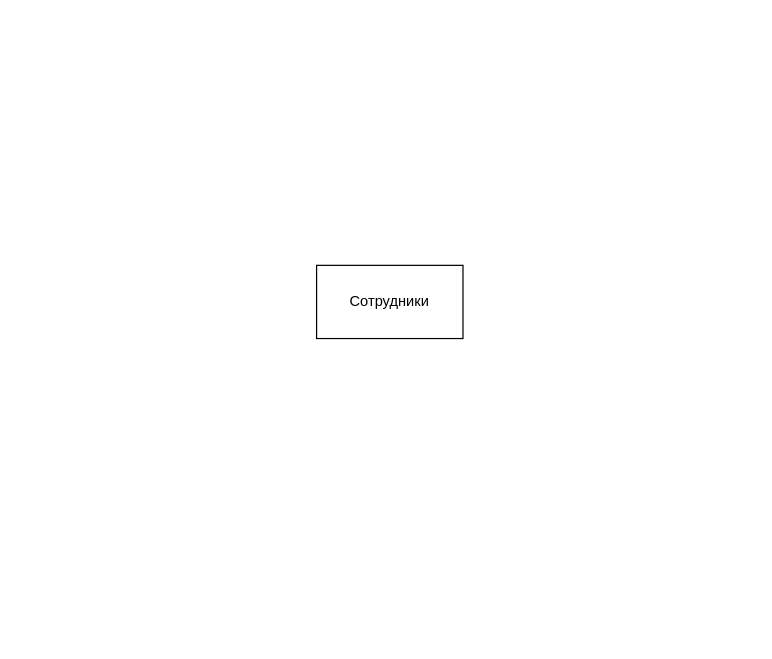
Before: LR1.drawio in di-not/Data-Bases-Laboratory-Works, a draw.io diagram. Source tidied: cells renumbered, new cells numbered last; positions are measured from the earlier drawing's top-left corner, leaving out a move shared by most shapes. Both pictures are drawn from the tidied source at 122%, with x=0, y=0 at pixel (316, 265).
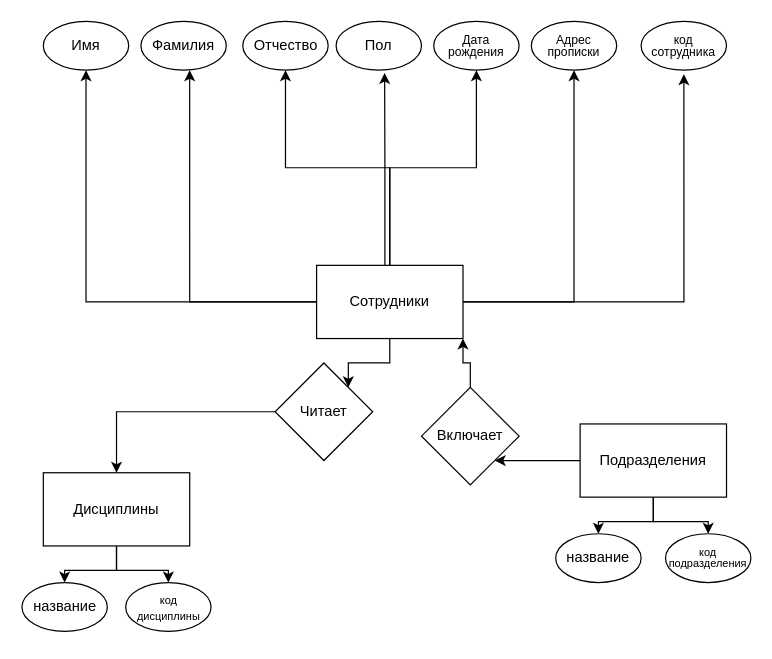
Above is the later version.

The change refers to these unchanged cells:
```xml
<mxCell id="2" value="Сотрудники" style="rounded=0;whiteSpace=wrap;html=1;" parent="1" vertex="1">
  <mxGeometry width="120" height="60" as="geometry" />
</mxCell>
```

Diff of the diagram source:
```diff
@@
+    <mxCell id="3" style="edgeStyle=orthogonalEdgeStyle;rounded=0;jettySize=auto;html=1;entryX=0.5;entryY=1;entryDx=0;entryDy=0;" parent="1" edge="1" source="2" target="8">
+      <mxGeometry relative="1" as="geometry" />
+    </mxCell>
+    <mxCell id="4" style="edgeStyle=orthogonalEdgeStyle;rounded=0;jettySize=auto;html=1;entryX=0.5;entryY=1;entryDx=0;entryDy=0;" parent="1" edge="1" source="2" target="10">
+      <mxGeometry relative="1" as="geometry" />
+    </mxCell>
+    <mxCell id="5" style="edgeStyle=orthogonalEdgeStyle;rounded=0;jettySize=auto;html=1;entryX=0.5;entryY=1;entryDx=0;entryDy=0;" parent="1" edge="1" source="2" target="12">
+      <mxGeometry relative="1" as="geometry" />
+    </mxCell>
+    <mxCell id="6" style="edgeStyle=orthogonalEdgeStyle;rounded=0;jettySize=auto;html=1;entryX=0.5;entryY=1;entryDx=0;entryDy=0;" parent="1" edge="1" source="2" target="13">
+      <mxGeometry relative="1" as="geometry" />
+    </mxCell>
+    <mxCell id="7" style="edgeStyle=orthogonalEdgeStyle;rounded=0;jettySize=auto;html=1;entryX=1;entryY=0;entryDx=0;entryDy=0;" parent="1" edge="1" source="2" target="26">
+      <mxGeometry relative="1" as="geometry" />
+    </mxCell>
@@
+    <mxCell id="8" value="Имя" style="ellipse;whiteSpace=wrap;html=1;" parent="1" vertex="1">
+      <mxGeometry x="-224" y="-200" width="70" height="40" as="geometry" />
+    </mxCell>
+    <mxCell id="9" value="Фамилия" style="ellipse;whiteSpace=wrap;html=1;" parent="1" vertex="1">
+      <mxGeometry x="-144" y="-200" width="70" height="40" as="geometry" />
+    </mxCell>
+    <mxCell id="10" value="Отчество" style="ellipse;whiteSpace=wrap;html=1;" parent="1" vertex="1">
+      <mxGeometry x="-60.5" y="-200" width="70" height="40" as="geometry" />
+    </mxCell>
+    <mxCell id="11" value="Пол" style="ellipse;whiteSpace=wrap;html=1;" parent="1" vertex="1">
+      <mxGeometry x="16" y="-200" width="70" height="40" as="geometry" />
+    </mxCell>
+    <mxCell id="12" value="&lt;p style=&quot;line-height: 100%; font-size: 10px;&quot;&gt;Дата рождения&lt;/p&gt;" style="ellipse;whiteSpace=wrap;html=1;fontSize=10;" parent="1" vertex="1">
+      <mxGeometry x="96" y="-200" width="70" height="40" as="geometry" />
+    </mxCell>
+    <mxCell id="13" value="&lt;p style=&quot;line-height: 100%; font-size: 10px;&quot;&gt;Адрес прописки&lt;/p&gt;" style="ellipse;whiteSpace=wrap;html=1;fontSize=10;" parent="1" vertex="1">
+      <mxGeometry x="176" y="-200" width="70" height="40" as="geometry" />
+    </mxCell>
+    <mxCell id="14" style="edgeStyle=orthogonalEdgeStyle;rounded=0;jettySize=auto;html=1;entryX=0.5;entryY=0;entryDx=0;entryDy=0;" parent="1" edge="1" source="17" target="18">
+      <mxGeometry relative="1" as="geometry" />
+    </mxCell>
+    <mxCell id="15" style="edgeStyle=orthogonalEdgeStyle;rounded=0;jettySize=auto;html=1;entryX=1;entryY=1;entryDx=0;entryDy=0;" parent="1" edge="1" source="17" target="28">
+      <mxGeometry relative="1" as="geometry" />
+    </mxCell>
+    <mxCell id="16" style="edgeStyle=orthogonalEdgeStyle;rounded=0;jettySize=auto;html=1;entryX=0.5;entryY=0;entryDx=0;entryDy=0;" parent="1" edge="1" source="17" target="30">
+      <mxGeometry relative="1" as="geometry" />
+    </mxCell>
+    <mxCell id="17" value="Подразделения" style="rounded=0;whiteSpace=wrap;html=1;" parent="1" vertex="1">
+      <mxGeometry x="216" y="130" width="120" height="60" as="geometry" />
+    </mxCell>
+    <mxCell id="18" value="название" style="ellipse;whiteSpace=wrap;html=1;" parent="1" vertex="1">
+      <mxGeometry x="196" y="220" width="70" height="40" as="geometry" />
+    </mxCell>
+    <mxCell id="19" style="edgeStyle=orthogonalEdgeStyle;rounded=0;jettySize=auto;html=1;entryX=0.5;entryY=0;entryDx=0;entryDy=0;" parent="1" edge="1" source="21" target="22">
+      <mxGeometry relative="1" as="geometry" />
+    </mxCell>
+    <mxCell id="20" style="edgeStyle=orthogonalEdgeStyle;rounded=0;jettySize=auto;html=1;" parent="1" edge="1" source="21" target="29">
+      <mxGeometry relative="1" as="geometry" />
+    </mxCell>
+    <mxCell id="21" value="Дисциплины" style="rounded=0;whiteSpace=wrap;html=1;" parent="1" vertex="1">
+      <mxGeometry x="-224" y="170" width="120" height="60" as="geometry" />
+    </mxCell>
+    <mxCell id="22" value="название" style="ellipse;whiteSpace=wrap;html=1;" parent="1" vertex="1">
+      <mxGeometry x="-241.5" y="260" width="70" height="40" as="geometry" />
+    </mxCell>
+    <mxCell id="23" style="edgeStyle=orthogonalEdgeStyle;rounded=0;jettySize=auto;html=1;entryX=0.571;entryY=1;entryDx=0;entryDy=0;entryPerimeter=0;" parent="1" edge="1" source="2" target="9">
+      <mxGeometry relative="1" as="geometry" />
+    </mxCell>
+    <mxCell id="24" style="edgeStyle=orthogonalEdgeStyle;rounded=0;jettySize=auto;html=1;entryX=0.568;entryY=1.058;entryDx=0;entryDy=0;entryPerimeter=0;" parent="1" edge="1" source="2" target="11">
+      <mxGeometry relative="1" as="geometry">
+        <Array as="points">
+          <mxPoint x="56" y="-80" />
+          <mxPoint x="56" y="-80" />
+        </Array>
+      </mxGeometry>
+    </mxCell>
+    <mxCell id="25" style="edgeStyle=orthogonalEdgeStyle;rounded=0;jettySize=auto;html=1;" parent="1" edge="1" source="26" target="21">
+      <mxGeometry relative="1" as="geometry" />
+    </mxCell>
+    <mxCell id="26" value="Читает" style="rhombus;whiteSpace=wrap;html=1;" parent="1" vertex="1">
+      <mxGeometry x="-34" y="80" width="80" height="80" as="geometry" />
+    </mxCell>
+    <mxCell id="27" style="edgeStyle=orthogonalEdgeStyle;rounded=0;jettySize=auto;html=1;entryX=1;entryY=1;entryDx=0;entryDy=0;" parent="1" edge="1" source="28" target="2">
+      <mxGeometry relative="1" as="geometry" />
+    </mxCell>
+    <mxCell id="28" value="Включает" style="rhombus;whiteSpace=wrap;html=1;" parent="1" vertex="1">
+      <mxGeometry x="86" y="100" width="80" height="80" as="geometry" />
+    </mxCell>
+    <mxCell id="29" value="&lt;p style=&quot;line-height: 100%;&quot;&gt;&lt;font style=&quot;font-size: 9px;&quot;&gt;код дисциплины&lt;/font&gt;&lt;/p&gt;" style="ellipse;whiteSpace=wrap;html=1;" parent="1" vertex="1">
+      <mxGeometry x="-156.5" y="260" width="70" height="40" as="geometry" />
+    </mxCell>
+    <mxCell id="30" value="&lt;p style=&quot;line-height: 100%; font-size: 9px;&quot;&gt;код подразделения&lt;/p&gt;" style="ellipse;whiteSpace=wrap;html=1;" parent="1" vertex="1">
+      <mxGeometry x="286" y="220" width="70" height="40" as="geometry" />
+    </mxCell>
+    <mxCell id="31" value="&lt;p style=&quot;line-height: 100%; font-size: 10px;&quot;&gt;код сотрудника&lt;/p&gt;" style="ellipse;whiteSpace=wrap;html=1;fontSize=10;" parent="1" vertex="1">
+      <mxGeometry x="266" y="-200" width="70" height="40" as="geometry" />
+    </mxCell>
+    <mxCell id="32" style="edgeStyle=orthogonalEdgeStyle;rounded=0;jettySize=auto;html=1;entryX=0.501;entryY=1.083;entryDx=0;entryDy=0;entryPerimeter=0;" parent="1" edge="1" source="2" target="31">
+      <mxGeometry relative="1" as="geometry" />
+    </mxCell>
```
